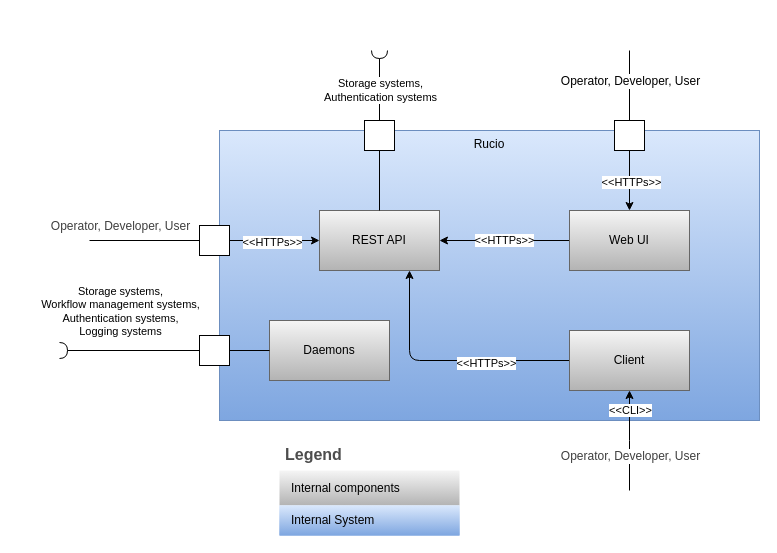
This is diagrams/Building Block Lvl 1 View.drawio from mgajek-cern/rucio-architecture-docs, a draw.io file, before an edit. Source tidied: cells renumbered, new cells numbered last; positions are measured from the earlier drawing's top-left corner, leaving out a move shared by most shapes. Both pictures are drawn from the tidied source at 100%, with x=0, y=0 at pixel (59, 50).
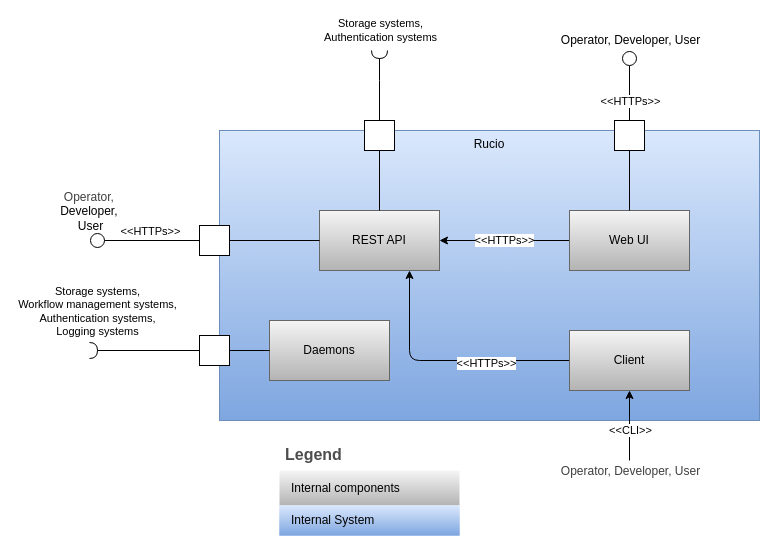
The same page after the edit.

Commit message (it also covers changes not shown here):
update symbols and playcement of text in building block lvl 1 view

Unchanged cells that the change refers to:
```xml
<mxCell id="8" value="REST API" style="rounded=0;whiteSpace=wrap;html=1;fillColor=#f5f5f5;gradientColor=#b3b3b3;strokeColor=#666666;" parent="1" vertex="1">
  <mxGeometry x="260" y="160" width="120" height="60" as="geometry" />
</mxCell>
<mxCell id="10" value="Web UI" style="rounded=0;whiteSpace=wrap;html=1;fillColor=#f5f5f5;gradientColor=#b3b3b3;strokeColor=#666666;" parent="1" vertex="1">
  <mxGeometry x="510" y="160" width="120" height="60" as="geometry" />
</mxCell>
<mxCell id="16" value="Client" style="rounded=0;whiteSpace=wrap;html=1;fillColor=#f5f5f5;gradientColor=#b3b3b3;strokeColor=#666666;" parent="1" vertex="1">
  <mxGeometry x="510" y="280" width="120" height="60" as="geometry" />
</mxCell>
<mxCell id="17" style="edgeStyle=orthogonalEdgeStyle;rounded=0;jettySize=auto;html=1;endArrow=halfCircle;endFill=0;" parent="1" edge="1" source="20">
  <mxGeometry relative="1" as="geometry">
    <mxPoint x="320" as="targetPoint" />
    <Array as="points">
      <mxPoint x="320" y="30" />
    </Array>
  </mxGeometry>
</mxCell>
<mxCell id="25" style="fontStyle=0;labelPosition=right;verticalLabelPosition=middle;align=left;verticalAlign=middle;spacingLeft=2;direction=south;" parent="1" vertex="1">
  <mxGeometry x="555" y="70" width="30" height="30" as="geometry" />
</mxCell>
<mxCell id="30" style="fontStyle=0;labelPosition=right;verticalLabelPosition=middle;align=left;verticalAlign=middle;spacingLeft=2;direction=south;" parent="1" vertex="1">
  <mxGeometry x="140" y="175" width="30" height="30" as="geometry" />
</mxCell>
<mxCell id="35" style="fontStyle=0;labelPosition=right;verticalLabelPosition=middle;align=left;verticalAlign=middle;spacingLeft=2;direction=south;" parent="1" vertex="1">
  <mxGeometry x="140" y="285" width="30" height="30" as="geometry" />
</mxCell>
```

The edit, as a diff of the source:
```diff
@@
     <mxCell id="11" style="edgeStyle=orthogonalEdgeStyle;rounded=0;jettySize=auto;html=1;endArrow=none;endFill=0;startArrow=classic;startFill=1;" parent="1" edge="1" source="16">
       <mxGeometry relative="1" as="geometry">
-        <mxPoint x="570" y="440" as="targetPoint" />
+        <mxPoint x="570" y="410" as="targetPoint" />
       </mxGeometry>
     </mxCell>
     <mxCell id="12" value="&amp;lt;&amp;lt;CLI&amp;gt;&amp;gt;" style="edgeLabel;html=1;align=center;verticalAlign=middle;" parent="11" vertex="1">
       <mxGeometry x="0.06" relative="1" as="geometry">
-        <mxPoint y="-33" as="offset" />
+        <mxPoint y="3" as="offset" />
       </mxGeometry>
     </mxCell>
     <mxCell id="13" value="&lt;span style=&quot;color: rgb(63, 63, 63); font-size: 12px;&quot;&gt;Operator, Developer, User&lt;/span&gt;" style="edgeLabel;html=1;align=center;verticalAlign=middle;" parent="11" vertex="1">
-      <mxGeometry x="0.31" relative="1" as="geometry" />
+      <mxGeometry x="0.31" relative="1" as="geometry">
+        <mxPoint y="35" as="offset" />
+      </mxGeometry>
     </mxCell>
@@
     <mxCell id="18" value="Storage systems,&lt;div&gt;&lt;font color=&quot;#000000&quot;&gt;Authentication systems&lt;/font&gt;&lt;/div&gt;" style="edgeLabel;html=1;align=center;verticalAlign=middle;" parent="17" vertex="1">
       <mxGeometry x="0.19" y="-1" relative="1" as="geometry">
-        <mxPoint x="-1" y="11" as="offset" />
+        <mxPoint x="-1" y="-49" as="offset" />
       </mxGeometry>
     </mxCell>
@@
-    <mxCell id="21" style="edgeStyle=orthogonalEdgeStyle;rounded=0;jettySize=auto;html=1;endArrow=none;endFill=0;" parent="1" edge="1" source="25">
+    <mxCell id="21" style="edgeStyle=orthogonalEdgeStyle;rounded=0;jettySize=auto;html=1;endArrow=circle;endFill=0;" parent="1" edge="1" source="25">
       <mxGeometry relative="1" as="geometry">
         <mxPoint x="570" as="targetPoint" />
       </mxGeometry>
     </mxCell>
     <mxCell id="22" value="&lt;span style=&quot;font-size: 12px;&quot;&gt;Operator, Developer, User&lt;/span&gt;" style="edgeLabel;html=1;align=center;verticalAlign=middle;" parent="21" vertex="1">
       <mxGeometry x="0.11" y="-1" relative="1" as="geometry">
-        <mxPoint x="-1" y="-1" as="offset" />
+        <mxPoint x="-1" y="-42" as="offset" />
       </mxGeometry>
     </mxCell>
-    <mxCell id="23" style="edgeStyle=orthogonalEdgeStyle;rounded=0;jettySize=auto;html=1;" parent="1" edge="1" source="25" target="10">
+    <mxCell id="23" style="edgeStyle=orthogonalEdgeStyle;rounded=0;jettySize=auto;html=1;endArrow=none;endFill=0;" parent="1" edge="1" source="25" target="10">
       <mxGeometry relative="1" as="geometry" />
     </mxCell>
     <mxCell id="24" value="&amp;lt;&amp;lt;HTTPs&amp;gt;&amp;gt;" style="edgeLabel;html=1;align=center;verticalAlign=middle;" parent="23" vertex="1">
-      <mxGeometry x="0.03" y="1" relative="1" as="geometry" />
+      <mxGeometry x="0.03" y="1" relative="1" as="geometry">
+        <mxPoint x="-1" y="-81" as="offset" />
+      </mxGeometry>
     </mxCell>
@@
-    <mxCell id="26" style="edgeStyle=orthogonalEdgeStyle;rounded=0;jettySize=auto;html=1;entryX=0;entryY=0.5;entryDx=0;entryDy=0;" parent="1" edge="1" source="30" target="8">
+    <mxCell id="26" style="edgeStyle=orthogonalEdgeStyle;rounded=0;jettySize=auto;html=1;entryX=0;entryY=0.5;entryDx=0;entryDy=0;endArrow=none;endFill=0;" parent="1" edge="1" source="30" target="8">
       <mxGeometry relative="1" as="geometry" />
     </mxCell>
     <mxCell id="27" value="&amp;lt;&amp;lt;HTTPs&amp;gt;&amp;gt;" style="edgeLabel;html=1;align=center;verticalAlign=middle;" parent="26" vertex="1">
-      <mxGeometry x="-0.07" y="-1" relative="1" as="geometry" />
+      <mxGeometry x="-0.07" y="-1" relative="1" as="geometry">
+        <mxPoint x="-122" y="-11" as="offset" />
+      </mxGeometry>
     </mxCell>
-    <mxCell id="28" style="edgeStyle=orthogonalEdgeStyle;rounded=0;jettySize=auto;html=1;endArrow=none;endFill=0;" parent="1" edge="1" source="30">
+    <mxCell id="28" style="edgeStyle=orthogonalEdgeStyle;rounded=0;jettySize=auto;html=1;endArrow=circle;endFill=0;" parent="1" edge="1" source="30">
       <mxGeometry relative="1" as="geometry">
         <mxPoint x="30" y="190" as="targetPoint" />
       </mxGeometry>
     </mxCell>
-    <mxCell id="29" value="&lt;span style=&quot;color: rgb(63, 63, 63); font-size: 12px;&quot;&gt;Operator, Developer, User&lt;/span&gt;" style="edgeLabel;html=1;align=center;verticalAlign=middle;" parent="28" vertex="1">
+    <mxCell id="29" value="&lt;span style=&quot;color: rgb(63, 63, 63); font-size: 12px;&quot;&gt;Operator,&amp;nbsp;&lt;/span&gt;&lt;div&gt;&lt;span style=&quot;font-size: 12px; background-color: light-dark(#ffffff, var(--ge-dark-color, #121212));&quot;&gt;Developer,&amp;nbsp;&lt;/span&gt;&lt;/div&gt;&lt;div&gt;&lt;span style=&quot;font-size: 12px; background-color: light-dark(#ffffff, var(--ge-dark-color, #121212));&quot;&gt;User&lt;/span&gt;&lt;/div&gt;" style="edgeLabel;html=1;align=center;verticalAlign=middle;" parent="28" vertex="1">
       <mxGeometry x="0.36" y="3" relative="1" as="geometry">
-        <mxPoint x="-5" y="-18" as="offset" />
+        <mxPoint x="-35" y="-33" as="offset" />
       </mxGeometry>
     </mxCell>
@@
     <mxCell id="33" style="edgeStyle=none;html=1;endArrow=halfCircle;endFill=0;" parent="1" edge="1" source="35">
       <mxGeometry relative="1" as="geometry">
-        <mxPoint y="300" as="targetPoint" />
+        <mxPoint x="30" y="300" as="targetPoint" />
       </mxGeometry>
     </mxCell>
     <mxCell id="34" value="Storage systems,&lt;div&gt;Workflow management systems,&lt;/div&gt;&lt;div&gt;&lt;span style=&quot;color: rgb(0, 0, 0);&quot;&gt;Authentication systems,&lt;/span&gt;&lt;/div&gt;&lt;div&gt;&lt;font color=&quot;#000000&quot;&gt;Logging systems&lt;/font&gt;&lt;br&gt;&lt;/div&gt;" style="edgeLabel;html=1;align=center;verticalAlign=middle;" parent="33" vertex="1">
       <mxGeometry x="0.13" y="-4" relative="1" as="geometry">
-        <mxPoint x="-1" y="-36" as="offset" />
+        <mxPoint x="-41" y="-36" as="offset" />
       </mxGeometry>
     </mxCell>
```
